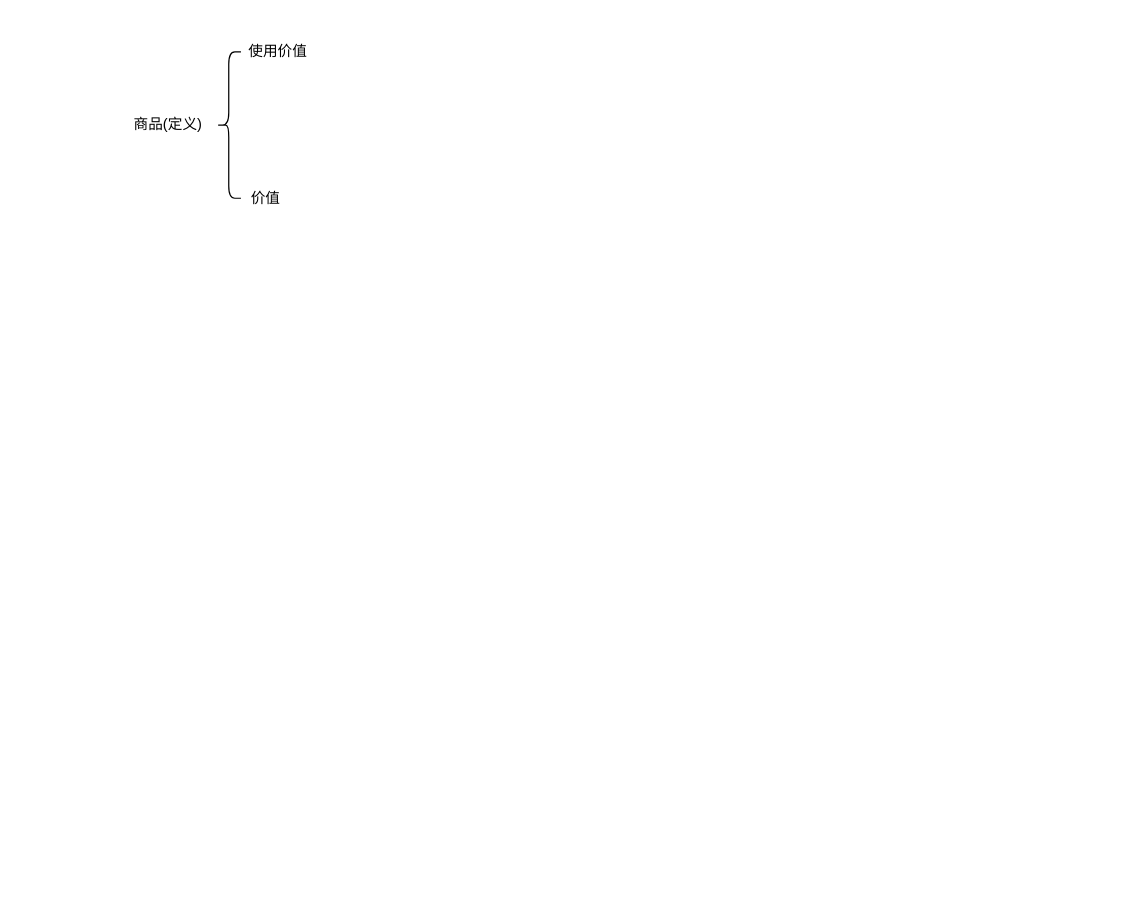
Earlier version of the draw.io diagram 资本论/1.1.1 商品的两个因素:使用价值和价值.drawio (wcjlh/for-draw.io). Source tidied: cells renumbered, new cells numbered last; positions are measured from the earlier drawing's top-left corner, leaving out a move shared by most shapes. Both pictures are drawn from the tidied source at 122%, with x=0, y=0 at pixel (118, 33).
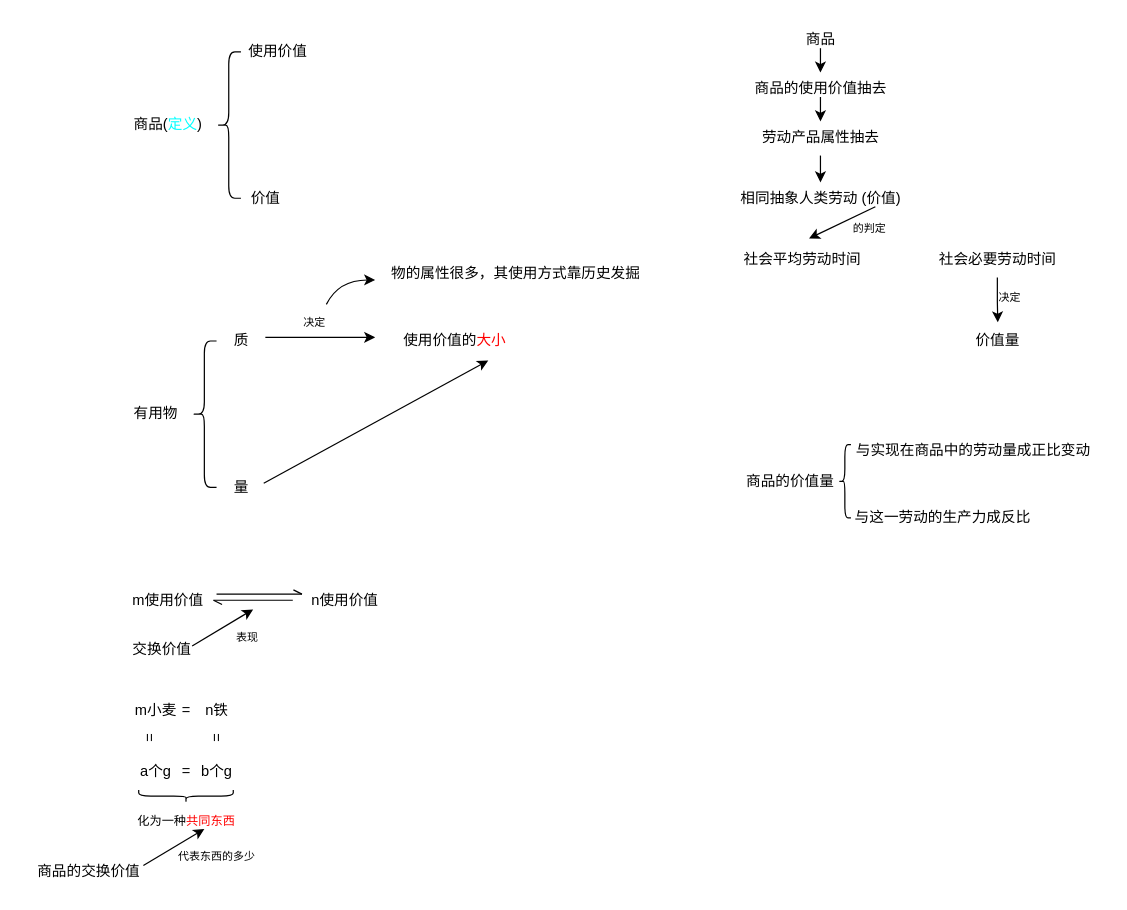
After the change.

Commit message:
更新1.1.1 商品的两个因素:使用价值和价值.drawio

Change to the diagram source:
```diff
@@
-    <mxCell id="2" value="商品(定义)" style="text;html=1;align=center;verticalAlign=middle;strokeColor=none;fillColor=none;" parent="1" vertex="1">
+    <mxCell id="2" value="商品(&lt;font style=&quot;color: rgb(0, 255, 255);&quot;&gt;定义&lt;/font&gt;)" style="text;html=1;align=center;verticalAlign=middle;strokeColor=none;fillColor=none;" parent="1" vertex="1">
       <mxGeometry y="60" width="80" height="30" as="geometry" />
     </mxCell>
@@
+    <mxCell id="6" value="有用物" style="text;html=1;align=center;verticalAlign=middle;strokeColor=none;fillColor=none;" parent="1" vertex="1">
+      <mxGeometry y="297" width="60" height="30" as="geometry" />
+    </mxCell>
+    <mxCell id="7" style="shape=curlyBracket;whiteSpace=wrap;html=1;rounded=1;labelPosition=left;verticalLabelPosition=middle;align=right;verticalAlign=middle;" parent="1" vertex="1">
+      <mxGeometry x="60" y="252" width="20" height="120" as="geometry" />
+    </mxCell>
+    <mxCell id="8" value="质" style="text;html=1;align=center;verticalAlign=middle;strokeColor=none;fillColor=none;" parent="1" vertex="1">
+      <mxGeometry x="80" y="237" width="40" height="30" as="geometry" />
+    </mxCell>
+    <mxCell id="9" value="量" style="text;html=1;align=center;verticalAlign=middle;points=[];strokeColor=none;fillColor=none;" parent="1" vertex="1">
+      <mxGeometry x="80" y="357" width="40" height="30" as="geometry" />
+    </mxCell>
+    <mxCell id="10" style="endArrow=classic;html=1;rounded=0;" parent="1" edge="1">
+      <mxGeometry relative="1" as="geometry">
+        <mxPoint x="120" y="249" as="sourcePoint" />
+        <mxPoint x="210" y="249" as="targetPoint" />
+      </mxGeometry>
+    </mxCell>
+    <mxCell id="11" value="决定" style="text;html=1;align=center;verticalAlign=middle;strokeColor=none;fillColor=none;fontSize=9;" parent="1" vertex="1">
+      <mxGeometry x="140" y="227" width="40" height="20" as="geometry" />
+    </mxCell>
+    <mxCell id="12" value="使用价值的&lt;font style=&quot;color: rgb(255, 0, 0);&quot;&gt;大小&lt;/font&gt;" style="text;html=1;align=center;verticalAlign=middle;points=[];strokeColor=none;fillColor=none;" parent="1" vertex="1">
+      <mxGeometry x="220" y="237" width="110" height="30" as="geometry" />
+    </mxCell>
+    <mxCell id="13" style="endArrow=classic;html=1;rounded=0;jumpStyle=none;curved=1;" parent="1" edge="1">
+      <mxGeometry relative="1" as="geometry">
+        <mxPoint x="170" y="222" as="sourcePoint" />
+        <mxPoint x="210" y="202" as="targetPoint" />
+        <Array as="points">
+          <mxPoint x="180" y="202" />
+        </Array>
+      </mxGeometry>
+    </mxCell>
+    <mxCell id="14" value="物的属性很多，其使用方式靠历史发掘" style="text;html=1;align=center;verticalAlign=middle;strokeColor=none;fillColor=none;" parent="1" vertex="1">
+      <mxGeometry x="210" y="182" width="230" height="30" as="geometry" />
+    </mxCell>
+    <mxCell id="15" style="endArrow=classic;html=1;rounded=0;entryX=0.752;entryY=1.033;entryDx=0;entryDy=0;entryPerimeter=0;exitX=0.967;exitY=0.389;exitDx=0;exitDy=0;exitPerimeter=0;" parent="1" edge="1" source="9" target="12">
+      <mxGeometry relative="1" as="geometry" />
+    </mxCell>
+    <mxCell id="16" value="m使用价值" style="text;html=1;align=center;verticalAlign=middle;strokeColor=none;fillColor=none;" parent="1" vertex="1">
+      <mxGeometry y="450" width="80" height="30" as="geometry" />
+    </mxCell>
+    <mxCell id="17" style="endArrow=openAsync;html=1;rounded=0;endFill=0;" parent="1" edge="1">
+      <mxGeometry relative="1" as="geometry">
+        <mxPoint x="80" y="459.5" as="sourcePoint" />
+        <mxPoint x="150" y="459.5" as="targetPoint" />
+      </mxGeometry>
+    </mxCell>
+    <mxCell id="18" style="endArrow=openAsync;html=1;rounded=0;endFill=0;" parent="1" edge="1">
+      <mxGeometry relative="1" as="geometry">
+        <mxPoint x="142.5" y="464.5" as="sourcePoint" />
+        <mxPoint x="77.5" y="464.5" as="targetPoint" />
+      </mxGeometry>
+    </mxCell>
+    <mxCell id="19" value="n使用价值" style="text;html=1;align=center;verticalAlign=middle;strokeColor=none;fillColor=none;" parent="1" vertex="1">
+      <mxGeometry x="145" y="450" width="80" height="30" as="geometry" />
+    </mxCell>
+    <mxCell id="20" value="交换价值" style="text;html=1;align=center;verticalAlign=middle;strokeColor=none;fillColor=none;" parent="1" vertex="1">
+      <mxGeometry y="490" width="70" height="30" as="geometry" />
+    </mxCell>
+    <mxCell id="21" style="endArrow=classic;html=1;rounded=0;" parent="1" edge="1">
+      <mxGeometry relative="1" as="geometry">
+        <mxPoint x="60" y="502" as="sourcePoint" />
+        <mxPoint x="110" y="472" as="targetPoint" />
+      </mxGeometry>
+    </mxCell>
+    <mxCell id="22" value="表现" style="text;html=1;align=center;verticalAlign=middle;strokeColor=none;fillColor=none;fontSize=9;" parent="1" vertex="1">
+      <mxGeometry x="85" y="485" width="40" height="20" as="geometry" />
+    </mxCell>
+    <mxCell id="23" value="m小麦" style="text;html=1;align=center;verticalAlign=middle;strokeColor=none;fillColor=none;" parent="1" vertex="1">
+      <mxGeometry y="540" width="60" height="30" as="geometry" />
+    </mxCell>
+    <mxCell id="24" value="=" style="text;html=1;align=center;verticalAlign=middle;strokeColor=none;fillColor=none;" parent="1" vertex="1">
+      <mxGeometry x="40" y="540" width="30" height="30" as="geometry" />
+    </mxCell>
+    <mxCell id="25" value="n铁" style="text;html=1;align=center;verticalAlign=middle;strokeColor=none;fillColor=none;" parent="1" vertex="1">
+      <mxGeometry x="60" y="540" width="40" height="30" as="geometry" />
+    </mxCell>
+    <mxCell id="26" value="=" style="text;html=1;align=center;verticalAlign=middle;strokeColor=none;fillColor=none;rotation=90;" parent="1" vertex="1">
+      <mxGeometry x="10" y="562" width="30" height="30" as="geometry" />
+    </mxCell>
+    <mxCell id="27" value="=" style="text;html=1;align=center;verticalAlign=middle;strokeColor=none;fillColor=none;rotation=90;" parent="1" vertex="1">
+      <mxGeometry x="65" y="562" width="30" height="30" as="geometry" />
+    </mxCell>
+    <mxCell id="28" value="a个g" style="text;html=1;align=center;verticalAlign=middle;strokeColor=none;fillColor=none;" parent="1" vertex="1">
+      <mxGeometry x="5" y="590" width="50" height="30" as="geometry" />
+    </mxCell>
+    <mxCell id="29" value="=" style="text;html=1;align=center;verticalAlign=middle;strokeColor=none;fillColor=none;" parent="1" vertex="1">
+      <mxGeometry x="40" y="590" width="30" height="30" as="geometry" />
+    </mxCell>
+    <mxCell id="30" value="b个g" style="text;html=1;align=center;verticalAlign=middle;strokeColor=none;fillColor=none;" parent="1" vertex="1">
+      <mxGeometry x="55" y="590" width="50" height="30" as="geometry" />
+    </mxCell>
+    <mxCell id="31" style="shape=curlyBracket;whiteSpace=wrap;html=1;rounded=1;flipH=1;labelPosition=right;verticalLabelPosition=middle;align=left;verticalAlign=middle;direction=north;" parent="1" vertex="1">
+      <mxGeometry x="16.2" y="620" width="77.5" height="10" as="geometry" />
+    </mxCell>
+    <mxCell id="32" value="化为一种&lt;font style=&quot;color: rgb(255, 0, 0);&quot;&gt;共同东西&lt;/font&gt;" style="text;html=1;align=center;verticalAlign=middle;strokeColor=none;fillColor=none;fontSize=10;" parent="1" vertex="1">
+      <mxGeometry x="5" y="630" width="100" height="30" as="geometry" />
+    </mxCell>
+    <mxCell id="33" value="商品的交换价值" style="text;html=1;align=center;verticalAlign=middle;strokeColor=none;fillColor=none;" parent="1" vertex="1">
+      <mxGeometry x="-80" y="672" width="110" height="30" as="geometry" />
+    </mxCell>
+    <mxCell id="34" style="endArrow=classic;html=1;rounded=0;" parent="1" edge="1">
+      <mxGeometry relative="1" as="geometry">
+        <mxPoint x="20" y="682" as="sourcePoint" />
+        <mxPoint x="70" y="652" as="targetPoint" />
+      </mxGeometry>
+    </mxCell>
+    <mxCell id="35" value="代表东西的多少" style="text;html=1;align=center;verticalAlign=middle;strokeColor=none;fillColor=none;fontSize=9;" parent="1" vertex="1">
+      <mxGeometry x="35" y="665" width="90" height="20" as="geometry" />
+    </mxCell>
+    <mxCell id="36" value="商品" style="text;html=1;align=center;verticalAlign=middle;strokeColor=none;fillColor=none;" parent="1" vertex="1">
+      <mxGeometry x="550" y="-10" width="50" height="30" as="geometry" />
+    </mxCell>
+    <mxCell id="37" style="endArrow=classic;html=1;rounded=0;" parent="1" edge="1">
+      <mxGeometry relative="1" as="geometry">
+        <mxPoint x="575" y="12" as="sourcePoint" />
+        <mxPoint x="575" y="32" as="targetPoint" />
+      </mxGeometry>
+    </mxCell>
+    <mxCell id="38" value="商品的使用价值抽去" style="text;html=1;align=center;verticalAlign=middle;points=[];strokeColor=none;fillColor=none;" parent="1" vertex="1">
+      <mxGeometry x="510" y="30" width="130" height="30" as="geometry" />
+    </mxCell>
+    <mxCell id="39" style="endArrow=classic;html=1;rounded=0;" parent="1" edge="1">
+      <mxGeometry relative="1" as="geometry">
+        <mxPoint x="575" y="62" as="sourcePoint" />
+        <mxPoint x="575" y="62" as="targetPoint" />
+      </mxGeometry>
+    </mxCell>
+    <mxCell id="40" style="endArrow=classic;html=1;rounded=0;exitX=0.5;exitY=0.733;exitDx=0;exitDy=0;exitPerimeter=0;" parent="1" edge="1" source="38">
+      <mxGeometry relative="1" as="geometry">
+        <mxPoint x="575" y="72" as="targetPoint" />
+      </mxGeometry>
+    </mxCell>
+    <mxCell id="41" value="劳动产品属性抽去" style="text;html=1;align=center;verticalAlign=middle;points=[];strokeColor=none;fillColor=none;" parent="1" vertex="1">
+      <mxGeometry x="515" y="70" width="120" height="30" as="geometry" />
+    </mxCell>
+    <mxCell id="42" style="endArrow=classic;html=1;rounded=0;" parent="1" edge="1" source="41">
+      <mxGeometry relative="1" as="geometry">
+        <mxPoint x="575" y="122" as="targetPoint" />
+      </mxGeometry>
+    </mxCell>
+    <mxCell id="43" value="相同抽象人类劳动 (价值)" style="text;html=1;align=center;verticalAlign=middle;strokeColor=none;fillColor=none;" parent="1" vertex="1">
+      <mxGeometry x="500" y="120" width="150" height="30" as="geometry" />
+    </mxCell>
+    <mxCell id="44" value="社会平均劳动时间" style="text;html=1;align=center;verticalAlign=middle;points=[];strokeColor=none;fillColor=none;" parent="1" vertex="1">
+      <mxGeometry x="500" y="170" width="120" height="30" as="geometry" />
+    </mxCell>
+    <mxCell id="45" style="endArrow=classic;html=1;rounded=0;entryX=0.547;entryY=-0.067;entryDx=0;entryDy=0;entryPerimeter=0;" parent="1" edge="1" target="44">
+      <mxGeometry relative="1" as="geometry">
+        <mxPoint x="620" y="142" as="sourcePoint" />
+      </mxGeometry>
+    </mxCell>
+    <mxCell id="46" value="的判定" style="text;html=1;align=center;verticalAlign=middle;strokeColor=none;fillColor=none;fontSize=9;" parent="1" vertex="1">
+      <mxGeometry x="590" y="150" width="50" height="20" as="geometry" />
+    </mxCell>
+    <mxCell id="47" value="社会必要劳动时间" style="text;html=1;align=center;verticalAlign=middle;points=[];strokeColor=none;fillColor=none;" parent="1" vertex="1">
+      <mxGeometry x="660" y="170" width="120" height="30" as="geometry" />
+    </mxCell>
+    <mxCell id="48" value="价值量" style="text;html=1;align=center;verticalAlign=middle;points=[];strokeColor=none;fillColor=none;" parent="1" vertex="1">
+      <mxGeometry x="690" y="237" width="60" height="30" as="geometry" />
+    </mxCell>
+    <mxCell id="49" style="edgeStyle=orthogonalEdgeStyle;rounded=0;jettySize=auto;html=1;entryX=0.506;entryY=-0.011;entryDx=0;entryDy=0;entryPerimeter=0;" parent="1" edge="1" source="47" target="48">
+      <mxGeometry relative="1" as="geometry" />
+    </mxCell>
+    <mxCell id="50" value="决定" style="text;html=1;align=center;verticalAlign=middle;strokeColor=none;fillColor=none;fontSize=9;" parent="1" vertex="1">
+      <mxGeometry x="710" y="207" width="40" height="20" as="geometry" />
+    </mxCell>
+    <mxCell id="51" value="商品的价值量" style="text;html=1;align=center;verticalAlign=middle;strokeColor=none;fillColor=none;" parent="1" vertex="1">
+      <mxGeometry x="500" y="352" width="100" height="30" as="geometry" />
+    </mxCell>
+    <mxCell id="52" style="shape=curlyBracket;whiteSpace=wrap;html=1;rounded=1;labelPosition=left;verticalLabelPosition=middle;align=right;verticalAlign=middle;" parent="1" vertex="1">
+      <mxGeometry x="590" y="337" width="10" height="60" as="geometry" />
+    </mxCell>
+    <mxCell id="53" value="与实现在商品中的劳动量成正比变动" style="text;html=1;align=center;verticalAlign=middle;strokeColor=none;fillColor=none;" parent="1" vertex="1">
+      <mxGeometry x="590" y="327" width="220" height="30" as="geometry" />
+    </mxCell>
+    <mxCell id="54" value="与这一劳动的生产力成反比" style="text;html=1;align=center;verticalAlign=middle;strokeColor=none;fillColor=none;" parent="1" vertex="1">
+      <mxGeometry x="590" y="382" width="170" height="30" as="geometry" />
+    </mxCell>
```
